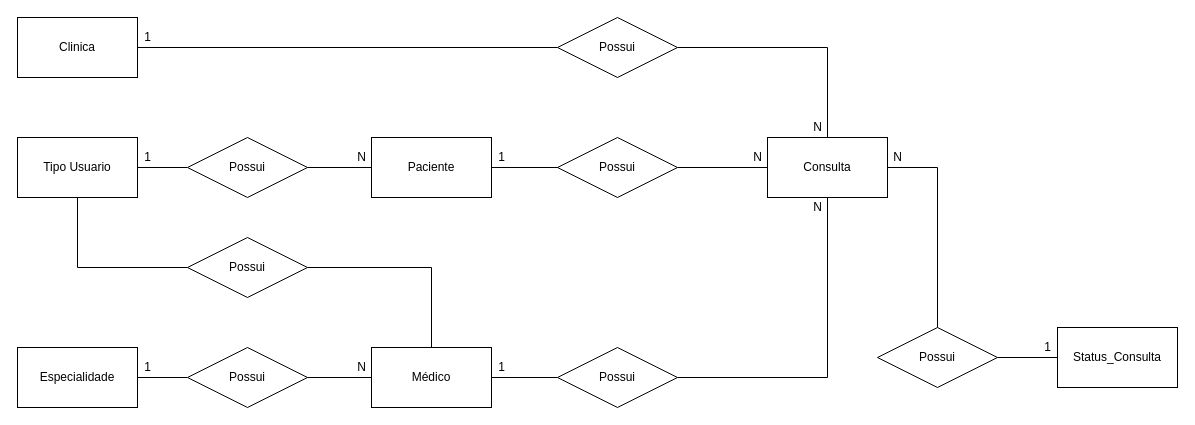
Above: page "Conceitual" (1 of 2) of Banco de Dados/Modelagens/SP Medical Group.drawio in Leonardo-Souza-de-Castro/Projeto-SP-Medical-Group (draw.io), before the change. Source tidied: cells renumbered, new cells numbered last; positions are measured from the earlier drawing's top-left corner, leaving out a move shared by most shapes. Both pictures are drawn from the tidied source at 100%, with x=0, y=0 at pixel (17, 17).
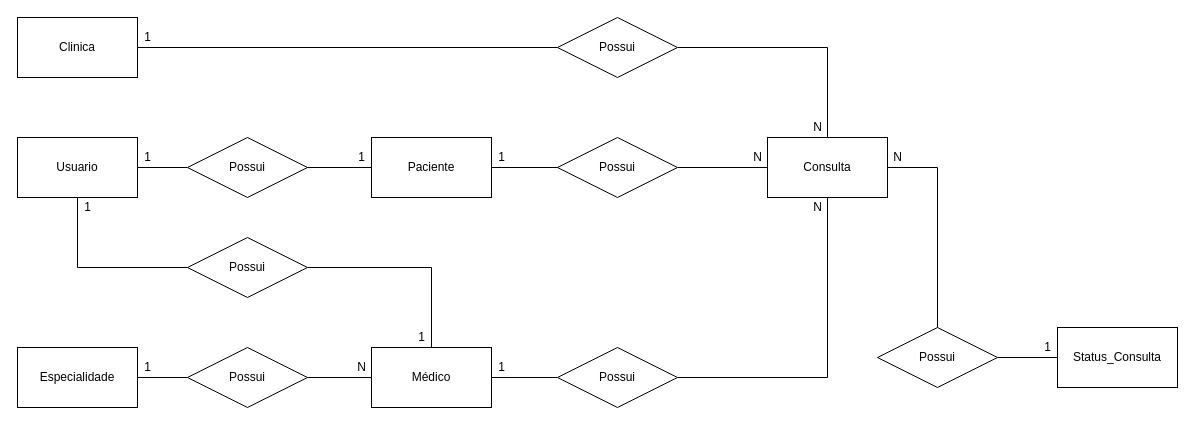
The same page after the edit.

Diff of the diagram source:
```diff
@@
-    <mxCell id="6" value="Tipo Usuario" style="rounded=0;whiteSpace=wrap;html=1;" parent="1" vertex="1">
+    <mxCell id="6" value="Usuario" style="rounded=0;whiteSpace=wrap;html=1;" parent="1" vertex="1">
       <mxGeometry y="120" width="120" height="60" as="geometry" />
     </mxCell>
@@
-    <mxCell id="12" value="N" style="text;html=1;align=center;verticalAlign=middle;strokeColor=none;" parent="1" vertex="1">
+    <mxCell id="12" value="1" style="text;html=1;align=center;verticalAlign=middle;strokeColor=none;" parent="1" vertex="1">
       <mxGeometry x="334" y="130" width="20" height="20" as="geometry" />
     </mxCell>
@@
+    <mxCell id="42" value="1" style="text;html=1;align=center;verticalAlign=middle;strokeColor=none;" parent="1" vertex="1">
+      <mxGeometry x="60" y="180" width="20" height="20" as="geometry" />
+    </mxCell>
+    <mxCell id="43" value="1" style="text;html=1;align=center;verticalAlign=middle;strokeColor=none;" parent="1" vertex="1">
+      <mxGeometry x="394" y="310" width="20" height="20" as="geometry" />
+    </mxCell>
```
